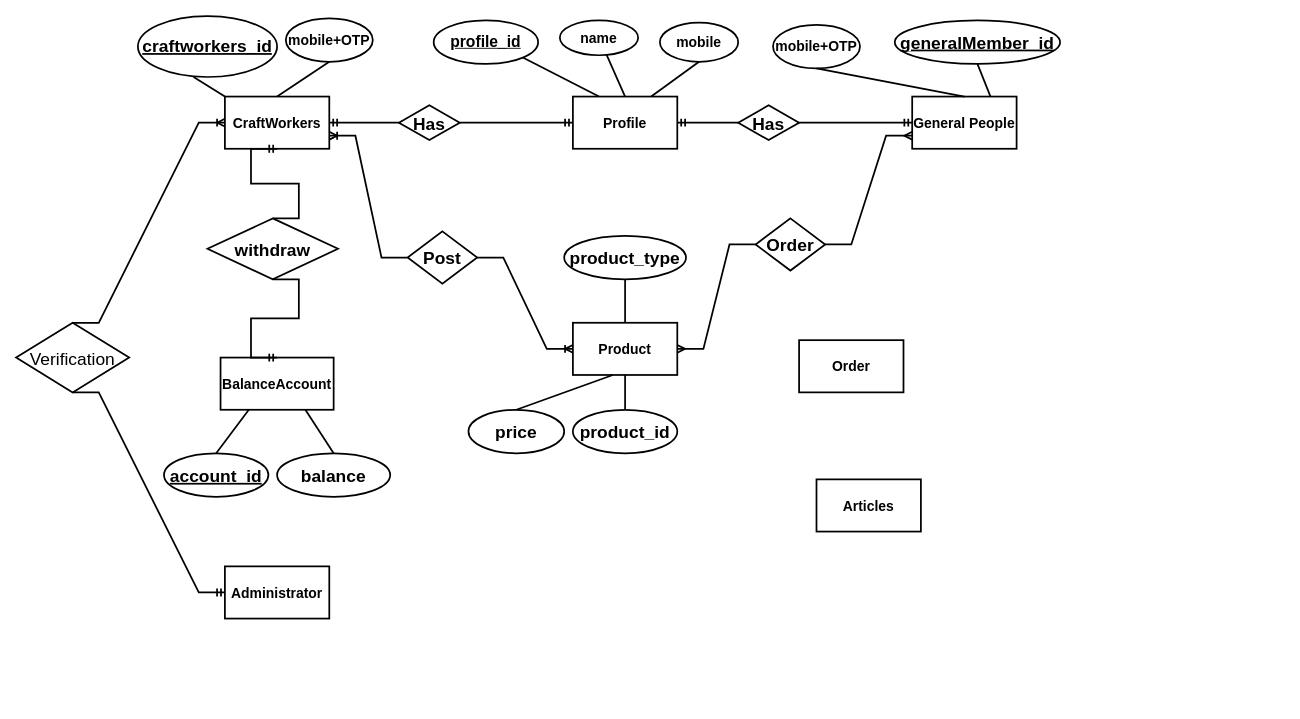
Fatema-A-Ferdaus/se231 keeps this draw.io diagram as erd.drawio. Above is the earlier version. Source tidied: cells renumbered, new cells numbered last; positions are measured from the earlier drawing's top-left corner, leaving out a move shared by most shapes. Both pictures are drawn from the tidied source at 87%, with x=0, y=0 at pixel (16, 16).
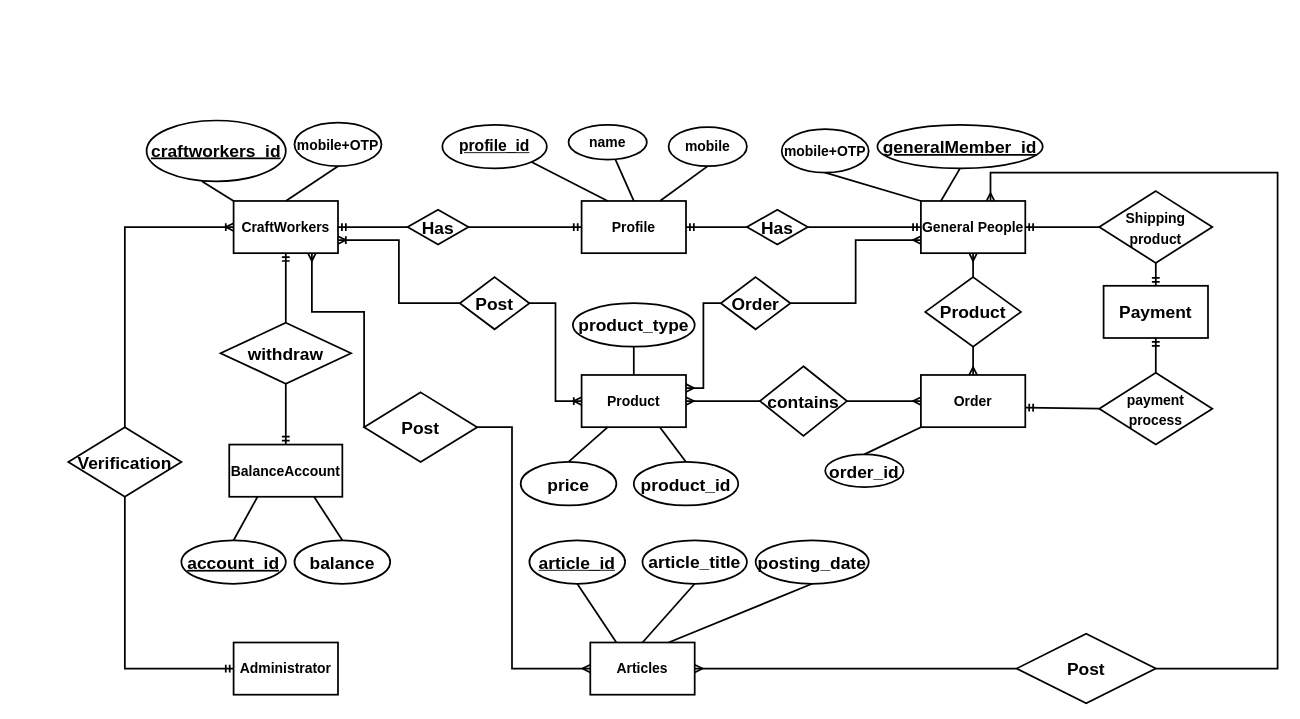
Above is the later version.

The edit, as a diff of the source:
```diff
@@
     <mxCell id="2" value="&lt;b&gt;&lt;font style=&quot;font-size: 16px&quot;&gt;CraftWorkers&lt;/font&gt;&lt;/b&gt;" style="rounded=0;whiteSpace=wrap;html=1;strokeWidth=2;" parent="1" vertex="1">
-      <mxGeometry x="240" y="92.5" width="120" height="60" as="geometry" />
+      <mxGeometry x="250" y="212.5" width="120" height="60" as="geometry" />
     </mxCell>
     <mxCell id="3" value="&lt;font style=&quot;font-size: 16px&quot;&gt;&lt;b&gt;&lt;font style=&quot;font-size: 16px&quot;&gt;Profile&lt;/font&gt;&lt;/b&gt;&lt;/font&gt;" style="rounded=0;whiteSpace=wrap;html=1;fontSize=16;strokeWidth=2;" parent="1" vertex="1">
-      <mxGeometry x="640" y="92.5" width="120" height="60" as="geometry" />
+      <mxGeometry x="650" y="212.5" width="120" height="60" as="geometry" />
     </mxCell>
     <mxCell id="4" value="&lt;b&gt;General People&lt;/b&gt;" style="rounded=0;whiteSpace=wrap;html=1;fontSize=16;strokeWidth=2;" parent="1" vertex="1">
-      <mxGeometry x="1030" y="92.5" width="120" height="60" as="geometry" />
+      <mxGeometry x="1040" y="212.5" width="120" height="60" as="geometry" />
     </mxCell>
     <mxCell id="5" value="&lt;b&gt;Articles&lt;/b&gt;" style="rounded=0;whiteSpace=wrap;html=1;fontSize=16;strokeWidth=2;" parent="1" vertex="1">
-      <mxGeometry x="920" y="532.5" width="120" height="60" as="geometry" />
+      <mxGeometry x="660" y="720" width="120" height="60" as="geometry" />
     </mxCell>
     <mxCell id="6" value="&lt;b&gt;Product&lt;/b&gt;" style="rounded=0;whiteSpace=wrap;html=1;fontSize=16;strokeWidth=2;" parent="1" vertex="1">
-      <mxGeometry x="640" y="352.5" width="120" height="60" as="geometry" />
+      <mxGeometry x="650" y="412.5" width="120" height="60" as="geometry" />
     </mxCell>
     <mxCell id="7" value="&lt;b&gt;BalanceAccount&lt;/b&gt;" style="rounded=0;whiteSpace=wrap;html=1;fontSize=16;strokeWidth=2;" parent="1" vertex="1">
-      <mxGeometry x="235" y="392.5" width="130" height="60" as="geometry" />
+      <mxGeometry x="245" y="492.5" width="130" height="60" as="geometry" />
     </mxCell>
     <mxCell id="8" value="&lt;b&gt;Order&lt;/b&gt;" style="rounded=0;whiteSpace=wrap;html=1;fontSize=16;strokeWidth=2;" parent="1" vertex="1">
-      <mxGeometry x="900" y="372.5" width="120" height="60" as="geometry" />
+      <mxGeometry x="1040" y="412.5" width="120" height="60" as="geometry" />
     </mxCell>
     <mxCell id="9" value="&lt;b&gt;Administrator&lt;/b&gt;" style="rounded=0;whiteSpace=wrap;html=1;fontSize=16;strokeWidth=2;" parent="1" vertex="1">
-      <mxGeometry x="240" y="632.5" width="120" height="60" as="geometry" />
+      <mxGeometry x="250" y="720" width="120" height="60" as="geometry" />
     </mxCell>
     <mxCell id="10" value="&lt;b&gt;name&lt;/b&gt;" style="ellipse;whiteSpace=wrap;html=1;fontSize=16;strokeWidth=2;" parent="1" vertex="1">
-      <mxGeometry x="625" y="5" width="90" height="40" as="geometry" />
+      <mxGeometry x="635" y="125" width="90" height="40" as="geometry" />
     </mxCell>
     <mxCell id="11" value="&lt;b&gt;mobile&lt;/b&gt;" style="ellipse;whiteSpace=wrap;html=1;fontSize=16;strokeWidth=2;" parent="1" vertex="1">
-      <mxGeometry x="740" y="7.5" width="90" height="45" as="geometry" />
+      <mxGeometry x="750" y="127.5" width="90" height="45" as="geometry" />
     </mxCell>
     <mxCell id="12" value="&lt;font style=&quot;font-size: 18px&quot;&gt;&lt;u&gt;&lt;b&gt;profile_id&lt;/b&gt;&lt;/u&gt;&lt;/font&gt;" style="ellipse;whiteSpace=wrap;html=1;fontSize=16;strokeWidth=2;" parent="1" vertex="1">
-      <mxGeometry x="480" y="5" width="120" height="50" as="geometry" />
+      <mxGeometry x="490" y="125" width="120" height="50" as="geometry" />
     </mxCell>
@@
     <mxCell id="16" value="&lt;font style=&quot;font-size: 20px&quot;&gt;&lt;u&gt;&lt;b&gt;craftworkers_id&lt;/b&gt;&lt;/u&gt;&lt;/font&gt;" style="ellipse;whiteSpace=wrap;html=1;fontSize=18;strokeWidth=2;" parent="1" vertex="1">
-      <mxGeometry x="140" width="160" height="70" as="geometry" />
+      <mxGeometry x="150" y="120" width="160" height="70" as="geometry" />
     </mxCell>
     <mxCell id="17" value="&lt;b&gt;mobile+OTP&lt;/b&gt;" style="ellipse;whiteSpace=wrap;html=1;fontSize=16;strokeWidth=2;" parent="1" vertex="1">
-      <mxGeometry x="310" y="2.5" width="100" height="50" as="geometry" />
+      <mxGeometry x="320" y="122.5" width="100" height="50" as="geometry" />
     </mxCell>
@@
     <mxCell id="20" value="&lt;u&gt;&lt;b&gt;generalMember_id&lt;/b&gt;&lt;/u&gt;" style="ellipse;whiteSpace=wrap;html=1;fontSize=20;strokeWidth=2;" parent="1" vertex="1">
-      <mxGeometry x="1010" y="5" width="190" height="50" as="geometry" />
+      <mxGeometry x="990" y="125" width="190" height="50" as="geometry" />
     </mxCell>
-    <mxCell id="21" style="endArrow=none;html=1;rounded=0;fontSize=20;entryX=0.75;entryY=0;entryDx=0;entryDy=0;exitX=0.5;exitY=1;exitDx=0;exitDy=0;strokeWidth=2;" parent="1" edge="1" source="20" target="4">
+    <mxCell id="21" style="endArrow=none;html=1;rounded=0;fontSize=20;entryX=0.19;entryY=0.006;entryDx=0;entryDy=0;exitX=0.5;exitY=1;exitDx=0;exitDy=0;strokeWidth=2;entryPerimeter=0;" parent="1" edge="1" source="20" target="4">
       <mxGeometry relative="1" as="geometry" />
     </mxCell>
     <mxCell id="22" value="&lt;b&gt;mobile+OTP&lt;/b&gt;" style="ellipse;whiteSpace=wrap;html=1;fontSize=16;strokeWidth=2;" parent="1" vertex="1">
-      <mxGeometry x="870" y="10" width="100" height="50" as="geometry" />
+      <mxGeometry x="880" y="130" width="100" height="50" as="geometry" />
     </mxCell>
-    <mxCell id="23" style="endArrow=none;html=1;rounded=0;fontSize=20;exitX=0.5;exitY=1;exitDx=0;exitDy=0;entryX=0.5;entryY=0;entryDx=0;entryDy=0;strokeWidth=2;" parent="1" edge="1" source="22" target="4">
+    <mxCell id="23" style="endArrow=none;html=1;rounded=0;fontSize=20;exitX=0.5;exitY=1;exitDx=0;exitDy=0;entryX=0;entryY=0;entryDx=0;entryDy=0;strokeWidth=2;" parent="1" edge="1" source="22" target="4">
       <mxGeometry relative="1" as="geometry" />
     </mxCell>
     <mxCell id="24" value="&lt;u&gt;&lt;b&gt;account_id&lt;/b&gt;&lt;/u&gt;" style="ellipse;whiteSpace=wrap;html=1;fontSize=20;strokeWidth=2;" parent="1" vertex="1">
-      <mxGeometry x="170" y="502.5" width="120" height="50" as="geometry" />
+      <mxGeometry x="190" y="602.5" width="120" height="50" as="geometry" />
     </mxCell>
     <mxCell id="25" value="&lt;b&gt;balance&lt;/b&gt;" style="ellipse;whiteSpace=wrap;html=1;fontSize=20;strokeWidth=2;" parent="1" vertex="1">
-      <mxGeometry x="300" y="502.5" width="130" height="50" as="geometry" />
+      <mxGeometry x="320" y="602.5" width="110" height="50" as="geometry" />
     </mxCell>
@@
     <mxCell id="29" value="&lt;b&gt;Has&lt;/b&gt;" style="rhombus;whiteSpace=wrap;html=1;fontSize=20;strokeWidth=2;" parent="1" vertex="1">
-      <mxGeometry x="440" y="102.5" width="70" height="40" as="geometry" />
+      <mxGeometry x="450" y="222.5" width="70" height="40" as="geometry" />
     </mxCell>
@@
     <mxCell id="32" value="&lt;b&gt;Has&lt;/b&gt;" style="rhombus;whiteSpace=wrap;html=1;fontSize=20;strokeWidth=2;" parent="1" vertex="1">
-      <mxGeometry x="830" y="102.5" width="70" height="40" as="geometry" />
+      <mxGeometry x="840" y="222.5" width="70" height="40" as="geometry" />
     </mxCell>
@@
-    <mxCell id="34" style="edgeStyle=entityRelationEdgeStyle;fontSize=12;html=1;endArrow=ERmandOne;startArrow=none;rounded=0;entryX=0.5;entryY=1;entryDx=0;entryDy=0;exitX=0.5;exitY=0;exitDx=0;exitDy=0;strokeWidth=2;" parent="1" edge="1" source="35" target="2">
+    <mxCell id="34" style="fontSize=12;html=1;endArrow=ERmandOne;startArrow=none;rounded=0;entryX=0.5;entryY=1;entryDx=0;entryDy=0;exitX=0.5;exitY=0;exitDx=0;exitDy=0;strokeWidth=2;" parent="1" edge="1" source="35" target="2">
       <mxGeometry relative="1" as="geometry" />
     </mxCell>
     <mxCell id="35" value="&lt;b&gt;withdraw&lt;/b&gt;" style="rhombus;whiteSpace=wrap;html=1;fontSize=20;strokeWidth=2;" parent="1" vertex="1">
-      <mxGeometry x="220" y="232.5" width="150" height="70" as="geometry" />
+      <mxGeometry x="235" y="352.5" width="150" height="70" as="geometry" />
     </mxCell>
-    <mxCell id="36" style="edgeStyle=entityRelationEdgeStyle;fontSize=12;html=1;endArrow=none;startArrow=ERmandOne;rounded=0;entryX=0.5;entryY=1;entryDx=0;entryDy=0;exitX=0.5;exitY=0;exitDx=0;exitDy=0;strokeWidth=2;" parent="1" edge="1" source="7" target="35">
+    <mxCell id="36" style="fontSize=12;html=1;endArrow=none;startArrow=ERmandOne;rounded=0;entryX=0.5;entryY=1;entryDx=0;entryDy=0;exitX=0.5;exitY=0;exitDx=0;exitDy=0;strokeWidth=2;" parent="1" edge="1" source="7" target="35">
       <mxGeometry relative="1" as="geometry" />
     </mxCell>
     <mxCell id="37" value="&lt;b&gt;product_id&lt;/b&gt;" style="ellipse;whiteSpace=wrap;html=1;fontSize=20;strokeWidth=2;" parent="1" vertex="1">
-      <mxGeometry x="640" y="452.5" width="120" height="50" as="geometry" />
+      <mxGeometry x="710" y="512.5" width="120" height="50" as="geometry" />
     </mxCell>
     <mxCell id="38" value="&lt;b&gt;product_type&lt;/b&gt;" style="ellipse;whiteSpace=wrap;html=1;fontSize=20;strokeWidth=2;" parent="1" vertex="1">
-      <mxGeometry x="630" y="252.5" width="140" height="50" as="geometry" />
+      <mxGeometry x="640" y="330" width="140" height="50" as="geometry" />
     </mxCell>
@@
-    <mxCell id="40" style="endArrow=none;html=1;rounded=0;fontSize=20;strokeWidth=2;exitX=0.5;exitY=0;exitDx=0;exitDy=0;entryX=0.5;entryY=1;entryDx=0;entryDy=0;" parent="1" edge="1" source="37" target="6">
+    <mxCell id="40" style="endArrow=none;html=1;rounded=0;fontSize=20;strokeWidth=2;exitX=0.5;exitY=0;exitDx=0;exitDy=0;entryX=0.75;entryY=1;entryDx=0;entryDy=0;" parent="1" edge="1" source="37" target="6">
       <mxGeometry relative="1" as="geometry" />
     </mxCell>
-    <mxCell id="41" style="edgeStyle=entityRelationEdgeStyle;fontSize=12;html=1;endArrow=ERoneToMany;startArrow=none;rounded=0;strokeWidth=2;entryX=1;entryY=0.75;entryDx=0;entryDy=0;exitX=0;exitY=0.5;exitDx=0;exitDy=0;" parent="1" edge="1" source="42" target="2">
+    <mxCell id="41" style="edgeStyle=orthogonalEdgeStyle;fontSize=12;html=1;endArrow=ERoneToMany;startArrow=none;rounded=0;strokeWidth=2;entryX=1;entryY=0.75;entryDx=0;entryDy=0;exitX=0;exitY=0.5;exitDx=0;exitDy=0;" parent="1" edge="1" source="42" target="2">
       <mxGeometry relative="1" as="geometry" />
     </mxCell>
     <mxCell id="42" value="&lt;b&gt;Post&lt;/b&gt;" style="rhombus;whiteSpace=wrap;html=1;fontSize=20;strokeWidth=2;" parent="1" vertex="1">
-      <mxGeometry x="450" y="247.5" width="80" height="60" as="geometry" />
+      <mxGeometry x="510" y="300" width="80" height="60" as="geometry" />
     </mxCell>
-    <mxCell id="43" style="edgeStyle=entityRelationEdgeStyle;fontSize=12;html=1;endArrow=none;startArrow=ERoneToMany;rounded=0;strokeWidth=2;entryX=1;entryY=0.5;entryDx=0;entryDy=0;exitX=0;exitY=0.5;exitDx=0;exitDy=0;" parent="1" edge="1" source="6" target="42">
+    <mxCell id="43" style="edgeStyle=orthogonalEdgeStyle;fontSize=12;html=1;endArrow=none;startArrow=ERoneToMany;rounded=0;strokeWidth=2;entryX=1;entryY=0.5;entryDx=0;entryDy=0;exitX=0;exitY=0.5;exitDx=0;exitDy=0;" parent="1" edge="1" source="6" target="42">
       <mxGeometry relative="1" as="geometry" />
     </mxCell>
     <mxCell id="44" value="&lt;b&gt;price&lt;/b&gt;" style="ellipse;whiteSpace=wrap;html=1;fontSize=20;strokeWidth=2;" parent="1" vertex="1">
-      <mxGeometry x="520" y="452.5" width="110" height="50" as="geometry" />
+      <mxGeometry x="580" y="512.5" width="110" height="50" as="geometry" />
     </mxCell>
-    <mxCell id="45" style="endArrow=none;html=1;rounded=0;fontSize=20;strokeWidth=2;entryX=0.383;entryY=1;entryDx=0;entryDy=0;entryPerimeter=0;exitX=0.5;exitY=0;exitDx=0;exitDy=0;" parent="1" edge="1" source="44" target="6">
+    <mxCell id="45" style="endArrow=none;html=1;rounded=0;fontSize=20;strokeWidth=2;entryX=0.25;entryY=1;entryDx=0;entryDy=0;exitX=0.5;exitY=0;exitDx=0;exitDy=0;" parent="1" edge="1" source="44" target="6">
       <mxGeometry relative="1" as="geometry" />
     </mxCell>
-    <mxCell id="46" style="edgeStyle=entityRelationEdgeStyle;fontSize=12;html=1;endArrow=ERmany;startArrow=none;rounded=0;strokeWidth=2;exitX=1;exitY=0.5;exitDx=0;exitDy=0;entryX=0;entryY=0.75;entryDx=0;entryDy=0;" parent="1" edge="1" source="47" target="4">
+    <mxCell id="46" style="edgeStyle=orthogonalEdgeStyle;fontSize=12;html=1;endArrow=ERmany;startArrow=none;rounded=0;strokeWidth=2;exitX=1;exitY=0.5;exitDx=0;exitDy=0;entryX=0;entryY=0.75;entryDx=0;entryDy=0;" parent="1" edge="1" source="47" target="4">
       <mxGeometry relative="1" as="geometry" />
     </mxCell>
     <mxCell id="47" value="&lt;b&gt;Order&lt;/b&gt;" style="rhombus;whiteSpace=wrap;html=1;fontSize=20;strokeWidth=2;" parent="1" vertex="1">
-      <mxGeometry x="850" y="232.5" width="80" height="60" as="geometry" />
+      <mxGeometry x="810" y="300" width="80" height="60" as="geometry" />
     </mxCell>
-    <mxCell id="48" style="edgeStyle=entityRelationEdgeStyle;fontSize=12;html=1;endArrow=none;startArrow=ERmany;rounded=0;strokeWidth=2;exitX=1;exitY=0.5;exitDx=0;exitDy=0;" parent="1" edge="1" source="6">
-      <mxGeometry relative="1" as="geometry">
-        <mxPoint x="850" y="262.5" as="targetPoint" />
-      </mxGeometry>
+    <mxCell id="48" style="edgeStyle=orthogonalEdgeStyle;fontSize=12;html=1;endArrow=none;startArrow=ERmany;rounded=0;strokeWidth=2;exitX=1;exitY=0.25;exitDx=0;exitDy=0;entryX=0;entryY=0.5;entryDx=0;entryDy=0;" parent="1" edge="1" source="6" target="47">
+      <mxGeometry relative="1" as="geometry" />
     </mxCell>
-    <mxCell id="49" style="edgeStyle=entityRelationEdgeStyle;fontSize=12;html=1;endArrow=ERoneToMany;startArrow=none;rounded=0;strokeWidth=2;exitX=0.5;exitY=0;exitDx=0;exitDy=0;entryX=0;entryY=0.5;entryDx=0;entryDy=0;" parent="1" edge="1" source="50" target="2">
+    <mxCell id="49" style="fontSize=12;html=1;endArrow=ERoneToMany;startArrow=none;rounded=0;strokeWidth=2;exitX=0.5;exitY=0;exitDx=0;exitDy=0;entryX=0;entryY=0.5;entryDx=0;entryDy=0;edgeStyle=orthogonalEdgeStyle;" parent="1" edge="1" source="50" target="2">
       <mxGeometry relative="1" as="geometry" />
     </mxCell>
-    <mxCell id="50" value="Verification" style="rhombus;whiteSpace=wrap;html=1;fontSize=20;strokeWidth=2;" parent="1" vertex="1">
-      <mxGeometry y="352.5" width="130" height="80" as="geometry" />
+    <mxCell id="50" value="&lt;b&gt;Verification&lt;/b&gt;" style="rhombus;whiteSpace=wrap;html=1;fontSize=20;strokeWidth=2;" parent="1" vertex="1">
+      <mxGeometry x="60" y="472.5" width="130" height="80" as="geometry" />
     </mxCell>
-    <mxCell id="51" style="edgeStyle=entityRelationEdgeStyle;fontSize=12;html=1;endArrow=none;startArrow=ERmandOne;rounded=0;strokeWidth=2;exitX=0;exitY=0.5;exitDx=0;exitDy=0;entryX=0.5;entryY=1;entryDx=0;entryDy=0;" parent="1" edge="1" source="9" target="50">
+    <mxCell id="51" style="fontSize=12;html=1;endArrow=none;startArrow=ERmandOne;rounded=0;strokeWidth=2;exitX=0;exitY=0.5;exitDx=0;exitDy=0;entryX=0.5;entryY=1;entryDx=0;entryDy=0;edgeStyle=orthogonalEdgeStyle;" parent="1" edge="1" source="9" target="50">
       <mxGeometry relative="1" as="geometry" />
     </mxCell>
+    <mxCell id="52" style="fontSize=12;html=1;endArrow=ERmany;startArrow=none;rounded=0;strokeWidth=2;entryX=0.5;entryY=1;entryDx=0;entryDy=0;exitX=0.5;exitY=0;exitDx=0;exitDy=0;" parent="1" edge="1" source="53" target="4">
+      <mxGeometry relative="1" as="geometry" />
+    </mxCell>
+    <mxCell id="53" value="&lt;b&gt;Product&lt;/b&gt;" style="rhombus;whiteSpace=wrap;html=1;fontSize=20;strokeWidth=2;" parent="1" vertex="1">
+      <mxGeometry x="1045" y="300" width="110" height="80" as="geometry" />
+    </mxCell>
+    <mxCell id="54" style="fontSize=12;html=1;endArrow=none;startArrow=ERmany;rounded=0;strokeWidth=2;entryX=0.5;entryY=1;entryDx=0;entryDy=0;exitX=0.5;exitY=0;exitDx=0;exitDy=0;" parent="1" edge="1" source="8" target="53">
+      <mxGeometry relative="1" as="geometry" />
+    </mxCell>
+    <mxCell id="55" value="&lt;b&gt;order_id&lt;/b&gt;" style="ellipse;whiteSpace=wrap;html=1;fontSize=20;strokeWidth=2;" parent="1" vertex="1">
+      <mxGeometry x="930" y="503.8" width="90" height="37.5" as="geometry" />
+    </mxCell>
+    <mxCell id="56" style="endArrow=none;html=1;rounded=0;fontSize=20;strokeWidth=2;exitX=0;exitY=1;exitDx=0;exitDy=0;entryX=0.5;entryY=0;entryDx=0;entryDy=0;" parent="1" edge="1" source="8" target="55">
+      <mxGeometry relative="1" as="geometry" />
+    </mxCell>
+    <mxCell id="57" style="fontSize=12;html=1;endArrow=ERmany;startArrow=none;rounded=0;strokeWidth=2;exitX=1;exitY=0.5;exitDx=0;exitDy=0;entryX=0;entryY=0.5;entryDx=0;entryDy=0;" parent="1" edge="1" source="58" target="8">
+      <mxGeometry relative="1" as="geometry" />
+    </mxCell>
+    <mxCell id="58" value="&lt;b&gt;contains&lt;/b&gt;" style="rhombus;whiteSpace=wrap;html=1;fontSize=20;strokeWidth=2;" parent="1" vertex="1">
+      <mxGeometry x="855" y="402.5" width="100" height="80" as="geometry" />
+    </mxCell>
+    <mxCell id="59" style="fontSize=12;html=1;endArrow=none;startArrow=ERmany;rounded=0;strokeWidth=2;exitX=1;exitY=0.5;exitDx=0;exitDy=0;entryX=0;entryY=0.5;entryDx=0;entryDy=0;" parent="1" edge="1" source="6" target="58">
+      <mxGeometry relative="1" as="geometry" />
+    </mxCell>
+    <mxCell id="60" value="&lt;b&gt;Payment&lt;/b&gt;" style="rounded=0;whiteSpace=wrap;html=1;fontSize=20;strokeWidth=2;" parent="1" vertex="1">
+      <mxGeometry x="1250" y="310" width="120" height="60" as="geometry" />
+    </mxCell>
+    <mxCell id="61" style="fontSize=12;html=1;endArrow=ERmandOne;startArrow=none;rounded=0;strokeWidth=2;exitX=0.5;exitY=0;exitDx=0;exitDy=0;entryX=0.5;entryY=1;entryDx=0;entryDy=0;elbow=vertical;" parent="1" edge="1" source="62" target="60">
+      <mxGeometry relative="1" as="geometry" />
+    </mxCell>
+    <mxCell id="62" value="&lt;font style=&quot;font-size: 16px&quot;&gt;&lt;b&gt;payment process&lt;/b&gt;&lt;/font&gt;" style="rhombus;whiteSpace=wrap;html=1;fontSize=20;strokeWidth=2;" parent="1" vertex="1">
+      <mxGeometry x="1245" y="410" width="130" height="82.5" as="geometry" />
+    </mxCell>
+    <mxCell id="63" style="fontSize=12;html=1;endArrow=none;startArrow=ERmandOne;rounded=0;strokeWidth=2;exitX=1;exitY=0.625;exitDx=0;exitDy=0;exitPerimeter=0;entryX=0;entryY=0.5;entryDx=0;entryDy=0;elbow=vertical;" parent="1" edge="1" source="8" target="62">
+      <mxGeometry relative="1" as="geometry" />
+    </mxCell>
+    <mxCell id="64" style="fontSize=12;html=1;endArrow=ERmandOne;startArrow=none;rounded=0;strokeWidth=2;elbow=vertical;entryX=1;entryY=0.5;entryDx=0;entryDy=0;exitX=0;exitY=0.5;exitDx=0;exitDy=0;" parent="1" edge="1" source="65" target="4">
+      <mxGeometry relative="1" as="geometry" />
+    </mxCell>
+    <mxCell id="65" value="&lt;font style=&quot;font-size: 16px&quot;&gt;&lt;b&gt;&lt;font style=&quot;font-size: 16px&quot;&gt;Shipping product&lt;/font&gt;&lt;/b&gt;&lt;/font&gt;" style="rhombus;whiteSpace=wrap;html=1;fontSize=20;strokeWidth=2;" parent="1" vertex="1">
+      <mxGeometry x="1245" y="201.2" width="130" height="82.5" as="geometry" />
+    </mxCell>
+    <mxCell id="66" style="fontSize=12;html=1;endArrow=none;startArrow=ERmandOne;rounded=0;strokeWidth=2;elbow=vertical;entryX=0.5;entryY=1;entryDx=0;entryDy=0;exitX=0.5;exitY=0;exitDx=0;exitDy=0;" parent="1" edge="1" source="60" target="65">
+      <mxGeometry relative="1" as="geometry" />
+    </mxCell>
+    <mxCell id="67" value="&lt;u&gt;&lt;font style=&quot;font-size: 20px&quot;&gt;&lt;b&gt;article_id&lt;/b&gt;&lt;/font&gt;&lt;/u&gt;" style="ellipse;whiteSpace=wrap;html=1;fontSize=16;strokeWidth=2;" parent="1" vertex="1">
+      <mxGeometry x="590" y="602.5" width="110" height="50" as="geometry" />
+    </mxCell>
+    <mxCell id="68" value="&lt;font style=&quot;font-size: 20px&quot;&gt;&lt;b&gt;article_title&lt;/b&gt;&lt;/font&gt;" style="ellipse;whiteSpace=wrap;html=1;fontSize=18;strokeWidth=2;" parent="1" vertex="1">
+      <mxGeometry x="720" y="602.5" width="120" height="50" as="geometry" />
+    </mxCell>
+    <mxCell id="69" value="&lt;b&gt;posting_date&lt;/b&gt;" style="ellipse;whiteSpace=wrap;html=1;fontSize=20;strokeWidth=2;" parent="1" vertex="1">
+      <mxGeometry x="850" y="602.5" width="130" height="50" as="geometry" />
+    </mxCell>
+    <mxCell id="70" style="endArrow=none;html=1;rounded=0;fontSize=20;strokeWidth=2;elbow=vertical;entryX=0.5;entryY=1;entryDx=0;entryDy=0;exitX=0.5;exitY=0;exitDx=0;exitDy=0;" parent="1" edge="1" source="5" target="68">
+      <mxGeometry relative="1" as="geometry" />
+    </mxCell>
+    <mxCell id="71" style="endArrow=none;html=1;rounded=0;fontSize=20;strokeWidth=2;elbow=vertical;entryX=0.5;entryY=1;entryDx=0;entryDy=0;exitX=0.25;exitY=0;exitDx=0;exitDy=0;" parent="1" edge="1" source="5" target="67">
+      <mxGeometry relative="1" as="geometry" />
+    </mxCell>
+    <mxCell id="72" style="endArrow=none;html=1;rounded=0;fontSize=20;strokeWidth=2;elbow=vertical;exitX=0.75;exitY=0;exitDx=0;exitDy=0;entryX=0.5;entryY=1;entryDx=0;entryDy=0;" parent="1" edge="1" source="5" target="69">
+      <mxGeometry relative="1" as="geometry" />
+    </mxCell>
+    <mxCell id="73" style="edgeStyle=elbowEdgeStyle;fontSize=12;html=1;endArrow=ERmany;startArrow=none;rounded=0;strokeWidth=2;exitX=0;exitY=0.5;exitDx=0;exitDy=0;entryX=0.75;entryY=1;entryDx=0;entryDy=0;elbow=vertical;" parent="1" edge="1" source="75" target="2">
+      <mxGeometry relative="1" as="geometry">
+        <Array as="points">
+          <mxPoint x="380" y="340" />
+        </Array>
+      </mxGeometry>
+    </mxCell>
+    <mxCell id="74" style="edgeStyle=orthogonalEdgeStyle;fontSize=12;html=1;endArrow=ERmany;startArrow=none;rounded=0;strokeWidth=2;elbow=vertical;exitX=1;exitY=0.5;exitDx=0;exitDy=0;" parent="1" edge="1" source="77" target="4">
+      <mxGeometry relative="1" as="geometry">
+        <Array as="points">
+          <mxPoint x="1450" y="750" />
+          <mxPoint x="1450" y="180" />
+          <mxPoint x="1120" y="180" />
+        </Array>
+      </mxGeometry>
+    </mxCell>
+    <mxCell id="75" value="&lt;b&gt;Post&lt;/b&gt;" style="rhombus;whiteSpace=wrap;html=1;fontSize=20;strokeWidth=2;" parent="1" vertex="1">
+      <mxGeometry x="400" y="432.5" width="130" height="80" as="geometry" />
+    </mxCell>
+    <mxCell id="76" style="fontSize=12;html=1;endArrow=none;startArrow=ERmany;rounded=0;strokeWidth=2;exitX=0;exitY=0.5;exitDx=0;exitDy=0;entryX=1;entryY=0.5;entryDx=0;entryDy=0;edgeStyle=orthogonalEdgeStyle;" parent="1" edge="1" source="5" target="75">
+      <mxGeometry relative="1" as="geometry">
+        <Array as="points">
+          <mxPoint x="570" y="750" />
+          <mxPoint x="570" y="473" />
+        </Array>
+      </mxGeometry>
+    </mxCell>
+    <mxCell id="77" value="&lt;b&gt;Post&lt;/b&gt;" style="rhombus;whiteSpace=wrap;html=1;fontSize=20;strokeWidth=2;" parent="1" vertex="1">
+      <mxGeometry x="1150" y="710" width="160" height="80" as="geometry" />
+    </mxCell>
+    <mxCell id="78" style="edgeStyle=orthogonalEdgeStyle;fontSize=12;html=1;endArrow=none;startArrow=ERmany;rounded=0;strokeWidth=2;elbow=vertical;exitX=1;exitY=0.5;exitDx=0;exitDy=0;" parent="1" edge="1" source="5" target="77">
+      <mxGeometry relative="1" as="geometry" />
+    </mxCell>
```
